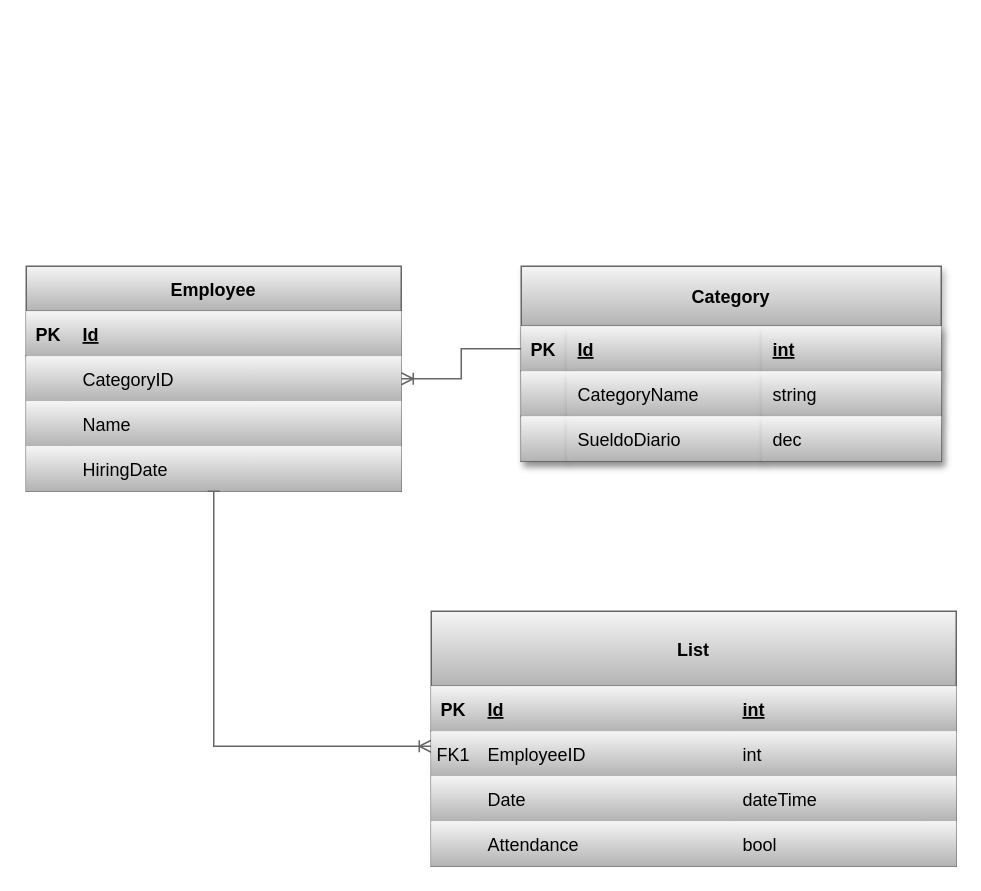
Before: Diagrama sin título.drawio in Guitarra2428/DBADiagram, a draw.io diagram. Source tidied: cells renumbered, new cells numbered last; positions are measured from the earlier drawing's top-left corner, leaving out a move shared by most shapes. Both pictures are drawn from the tidied source at 150%, with x=0, y=0 at pixel (26, 266).
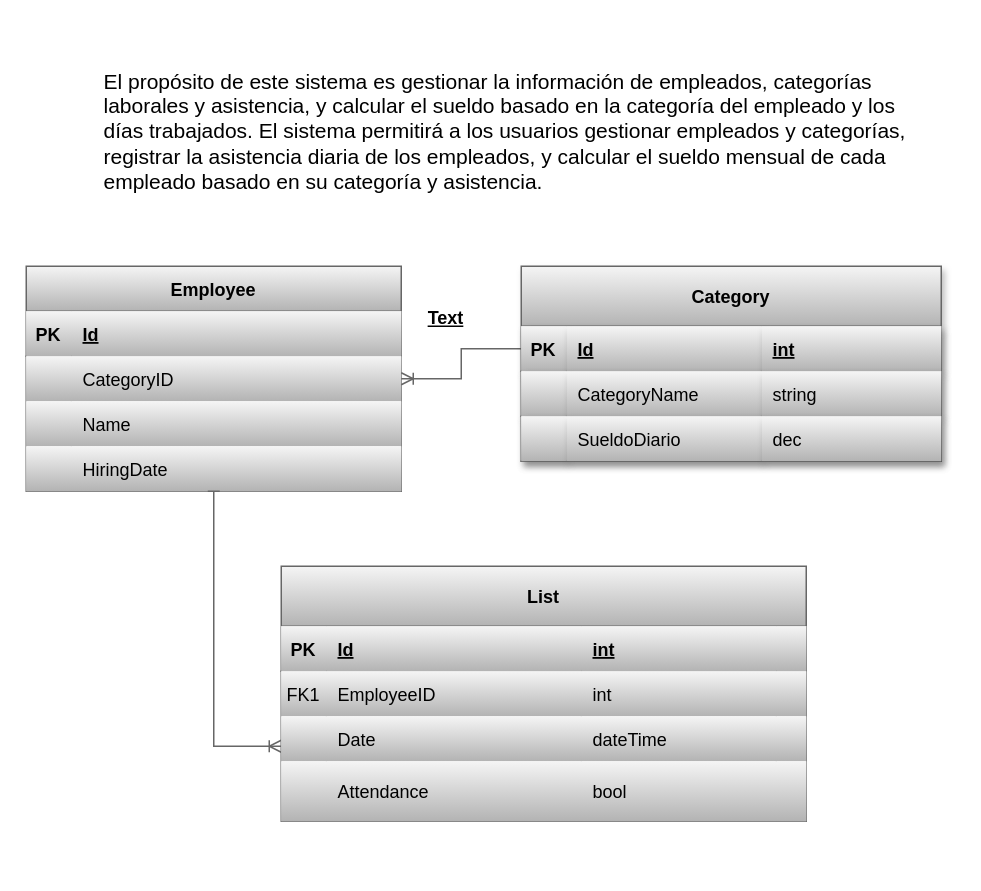
The same diagram, later.

Commit message:
Actualizar Diagrama

Change to the diagram source:
```diff
@@
-    <mxCell id="17" value="List" style="shape=table;startSize=50;childLayout=tableLayout;rowLines=0;fontStyle=1;align=center;fillColor=#f5f5f5;strokeColor=#666666;gradientColor=#b3b3b3;rounded=0;" parent="1" vertex="1">
-      <mxGeometry x="270" y="230" width="350" height="170" as="geometry" />
+    <mxCell id="17" value="List" style="shape=table;startSize=40;childLayout=tableLayout;rowLines=0;fontStyle=1;align=center;fillColor=#f5f5f5;strokeColor=#666666;gradientColor=#b3b3b3;rounded=0;" parent="1" vertex="1">
+      <mxGeometry x="170" y="200" width="350" height="170" as="geometry" />
     </mxCell>
     <mxCell id="18" style="shape=partialRectangle;fillColor=#f5f5f5;top=0;left=0;right=0;bottom=1;strokeColor=#666666;gradientColor=#b3b3b3;rounded=0;" parent="17" vertex="1">
-      <mxGeometry y="50" width="350" height="30" as="geometry" />
+      <mxGeometry y="40" width="350" height="30" as="geometry" />
     </mxCell>
@@
     <mxCell id="23" style="shape=partialRectangle;fillColor=#f5f5f5;top=0;left=0;right=0;bottom=0;strokeColor=#666666;gradientColor=#b3b3b3;rounded=0;" parent="17" vertex="1">
-      <mxGeometry y="80" width="350" height="30" as="geometry" />
+      <mxGeometry y="70" width="350" height="30" as="geometry" />
     </mxCell>
@@
     <mxCell id="28" style="shape=partialRectangle;fillColor=#f5f5f5;top=0;left=0;right=0;bottom=0;strokeColor=#666666;gradientColor=#b3b3b3;rounded=0;" parent="17" vertex="1">
-      <mxGeometry y="110" width="350" height="30" as="geometry" />
+      <mxGeometry y="100" width="350" height="30" as="geometry" />
     </mxCell>
@@
     <mxCell id="33" style="shape=partialRectangle;fillColor=#f5f5f5;top=0;left=0;right=0;bottom=0;strokeColor=#666666;gradientColor=#b3b3b3;rounded=0;" parent="17" vertex="1">
-      <mxGeometry y="140" width="350" height="30" as="geometry" />
+      <mxGeometry y="130" width="350" height="40" as="geometry" />
     </mxCell>
     <mxCell id="34" style="shape=partialRectangle;overflow=hidden;fillColor=#f5f5f5;top=0;left=0;bottom=0;right=0;strokeColor=#666666;gradientColor=#b3b3b3;rounded=0;" parent="33" vertex="1">
-      <mxGeometry width="30" height="30" as="geometry" />
+      <mxGeometry width="30" height="40" as="geometry" />
     </mxCell>
     <mxCell id="35" value="Attendance" style="shape=partialRectangle;overflow=hidden;fillColor=#f5f5f5;top=0;left=0;bottom=0;right=0;align=left;spacingLeft=6;strokeColor=#666666;gradientColor=#b3b3b3;rounded=0;" parent="33" vertex="1">
-      <mxGeometry x="30" width="170" height="30" as="geometry" />
+      <mxGeometry x="30" width="170" height="40" as="geometry" />
     </mxCell>
     <mxCell id="36" value="bool" style="shape=partialRectangle;overflow=hidden;fillColor=#f5f5f5;top=0;left=0;bottom=0;right=0;align=left;spacingLeft=6;strokeColor=#666666;gradientColor=#b3b3b3;rounded=0;" parent="33" vertex="1">
-      <mxGeometry x="200" width="130" height="30" as="geometry" />
+      <mxGeometry x="200" width="130" height="40" as="geometry" />
     </mxCell>
     <mxCell id="37" style="shape=partialRectangle;overflow=hidden;fillColor=#f5f5f5;top=0;left=0;bottom=0;right=0;align=left;spacingLeft=6;strokeColor=#666666;gradientColor=#b3b3b3;rounded=0;" parent="33" vertex="1">
-      <mxGeometry x="330" width="20" height="30" as="geometry" />
+      <mxGeometry x="330" width="20" height="40" as="geometry" />
     </mxCell>
@@
+    <mxCell id="51" value="Text" style="text;html=1;align=center;verticalAlign=middle;whiteSpace=wrap;rounded=0;fontFamily=Helvetica;fontSize=12;fontColor=default;fontStyle=5;" parent="1" vertex="1">
+      <mxGeometry x="250" y="20" width="60" height="30" as="geometry" />
+    </mxCell>
+    <mxCell id="52" value="&lt;font style=&quot;font-size: 14px; font-weight: normal;&quot;&gt;&lt;font style=&quot;font-size: 14px;&quot;&gt;El propósito de este sistema es gestionar la información de empleados, categorías laborales y asistencia, y calcular el sueldo basado en la categoría del empleado y los días trabajados. El&amp;nbsp;&lt;/font&gt;&lt;font style=&quot;font-size: 14px;&quot;&gt;sistema permitirá a los usuarios gestionar empleados y categorías, registrar la asistencia diaria de los empleados, y calcular el sueldo mensual de cada empleado basado en su categoría y asistencia.&lt;/font&gt;&lt;/font&gt;" style="text;html=1;align=left;verticalAlign=middle;whiteSpace=wrap;rounded=0;fontFamily=Helvetica;fontSize=12;fontColor=default;fontStyle=1;" parent="1" vertex="1">
+      <mxGeometry x="50" y="-160" width="550" height="140" as="geometry" />
+    </mxCell>
```
